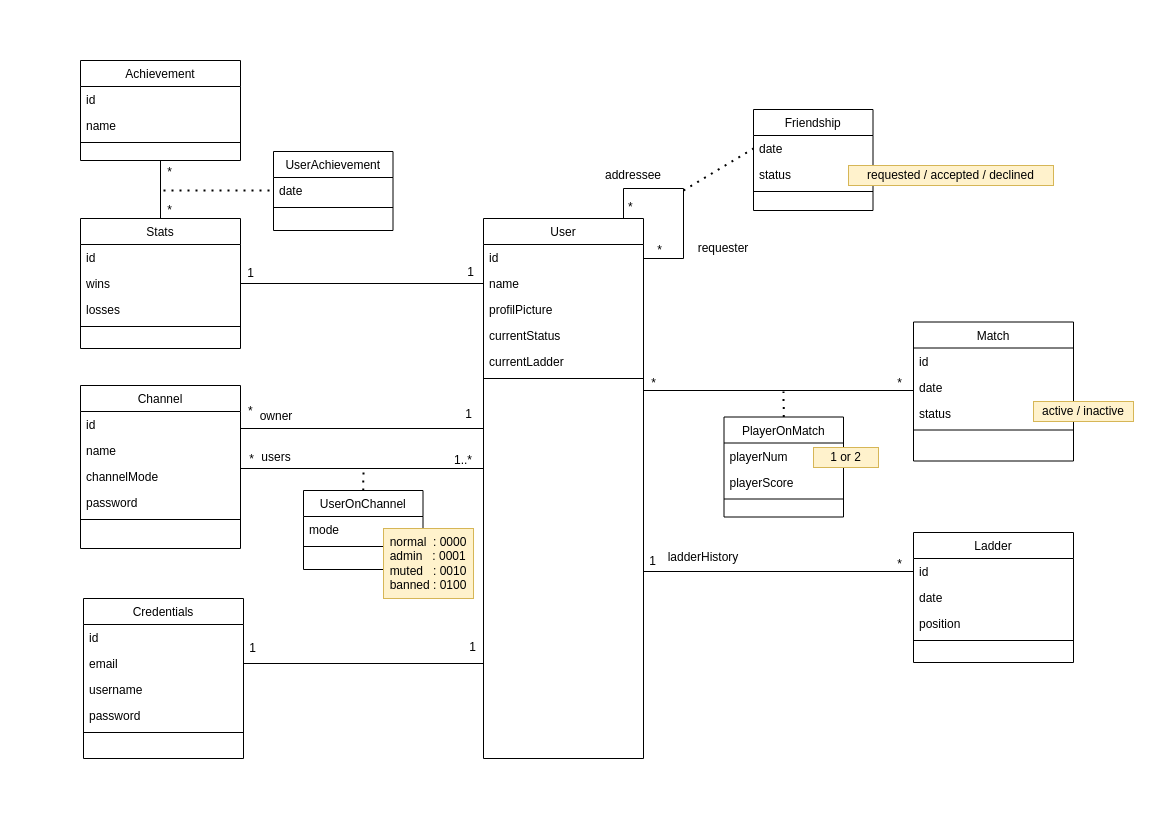
Before: doc/datamodel.png, a diagram exported from draw.io (transcendence-42/ft_transcendence). Source tidied: cells renumbered, new cells last; positions are measured from the earlier drawing's top-left corner, leaving out a move shared by most shapes.
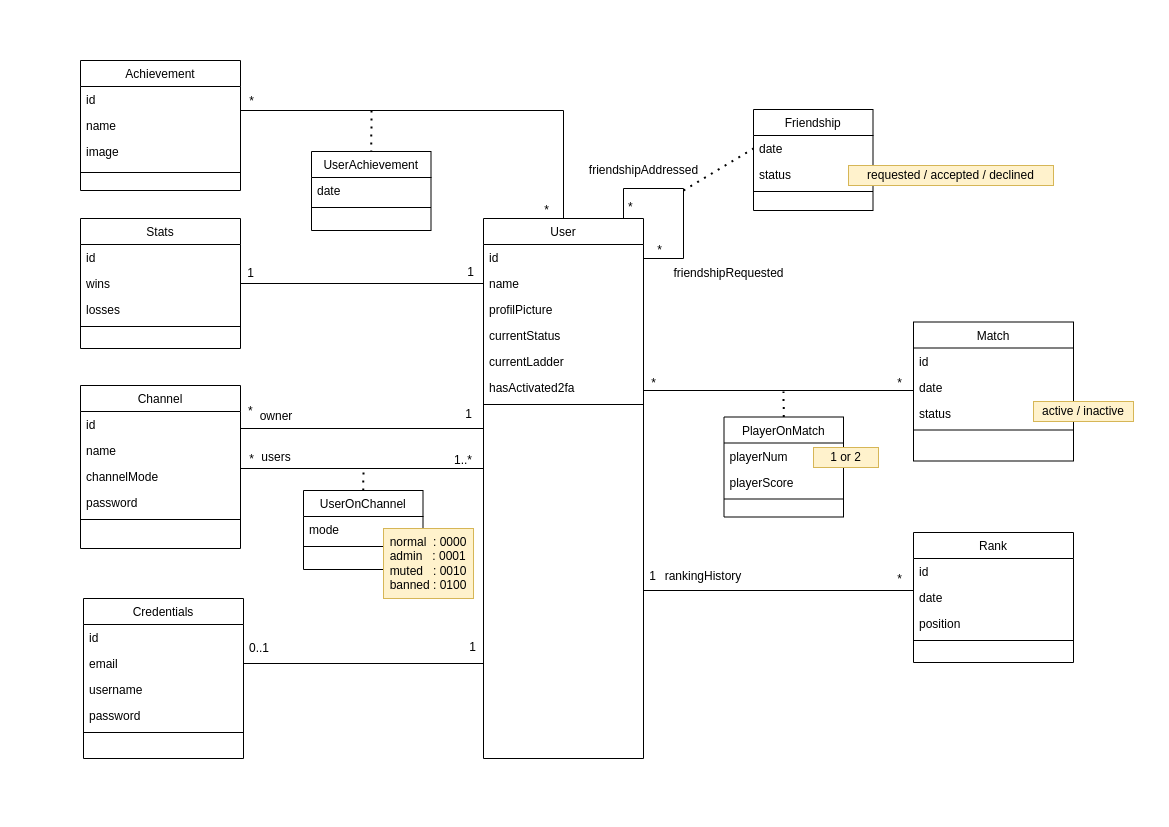
Later version of the same file.

The edit, as a diff of the source:
```diff
@@ -42,8 +42,11 @@
         <mxPoint x="20" y="-20" as="offset" />
       </mxGeometry>
     </mxCell>
+    <mxCell id="91" value="hasActivated2fa" style="text;align=left;verticalAlign=top;spacingLeft=4;spacingRight=4;overflow=hidden;rounded=0;shadow=0;html=0;" parent="2" vertex="1">
+      <mxGeometry y="156" width="160" height="26" as="geometry" />
+    </mxCell>
     <mxCell id="11" style="line;html=1;strokeWidth=1;align=left;verticalAlign=middle;spacingTop=-1;spacingLeft=3;spacingRight=3;labelPosition=right;" parent="2" vertex="1">
-      <mxGeometry y="156" width="160" height="8" as="geometry" />
+      <mxGeometry y="182" width="160" height="8" as="geometry" />
     </mxCell>
     <mxCell id="12" value="Stats" style="swimlane;fontStyle=0;align=center;verticalAlign=top;horizontal=1;startSize=26;rounded=0;shadow=0;strokeWidth=1;" parent="1" vertex="1">
       <mxGeometry y="158" width="160" height="130" as="geometry" />
@@ -60,10 +63,10 @@
     <mxCell id="16" style="line;html=1;strokeWidth=1;align=left;verticalAlign=middle;spacingTop=-1;spacingLeft=3;spacingRight=3;labelPosition=right;" parent="12" vertex="1">
       <mxGeometry y="104" width="160" height="8" as="geometry" />
     </mxCell>
-    <mxCell id="17" value="addressee" style="text;html=1;strokeColor=none;fillColor=none;align=center;verticalAlign=middle;whiteSpace=wrap;rounded=0;" parent="1" vertex="1">
-      <mxGeometry x="523" y="100" width="60" height="30" as="geometry" />
+    <mxCell id="17" value="friendshipAddressed" style="text;html=1;strokeColor=none;fillColor=none;align=center;verticalAlign=middle;whiteSpace=wrap;rounded=0;" parent="1" vertex="1">
+      <mxGeometry x="505" y="95" width="117" height="30" as="geometry" />
     </mxCell>
-    <mxCell id="18" value="Ladder" style="swimlane;fontStyle=0;align=center;verticalAlign=top;horizontal=1;startSize=26;rounded=0;shadow=0;strokeWidth=1;" parent="1" vertex="1">
+    <mxCell id="18" value="Rank" style="swimlane;fontStyle=0;align=center;verticalAlign=top;horizontal=1;startSize=26;rounded=0;shadow=0;strokeWidth=1;" parent="1" vertex="1">
       <mxGeometry x="833" y="472" width="160" height="130" as="geometry" />
     </mxCell>
     <mxCell id="19" value="id" style="text;align=left;verticalAlign=top;spacingLeft=4;spacingRight=4;overflow=hidden;points=[[0,0.5],[1,0.5]];portConstraint=eastwest;" parent="18" vertex="1">
@@ -81,18 +84,19 @@
     <mxCell id="23" style="endArrow=none;html=1;rounded=0;entryX=0;entryY=0.5;entryDx=0;entryDy=0;edgeStyle=orthogonalEdgeStyle;exitX=1;exitY=0.5;exitDx=0;exitDy=0;" parent="1" edge="1" source="2" target="19">
       <mxGeometry relative="1" as="geometry">
         <Array as="points">
-          <mxPoint x="563" y="511" />
+          <mxPoint x="563" y="530" />
+          <mxPoint x="833" y="530" />
         </Array>
       </mxGeometry>
     </mxCell>
     <mxCell id="24" value="*" style="align=right;verticalAlign=bottom;labelBackgroundColor=none;fontSize=12;" parent="1" vertex="1">
-      <mxGeometry x="823" y="512" as="geometry" />
+      <mxGeometry x="823" y="527" as="geometry" />
     </mxCell>
     <mxCell id="25" value="1" style="align=right;verticalAlign=bottom;labelBackgroundColor=none;fontSize=12;" parent="1" vertex="1">
-      <mxGeometry x="577" y="509" as="geometry" />
+      <mxGeometry x="577" y="524" as="geometry" />
     </mxCell>
-    <mxCell id="26" value="ladderHistory" style="text;html=1;strokeColor=none;fillColor=none;align=center;verticalAlign=middle;whiteSpace=wrap;rounded=0;" parent="1" vertex="1">
-      <mxGeometry x="583" y="482" width="80" height="30" as="geometry" />
+    <mxCell id="26" value="rankingHistory" style="text;html=1;strokeColor=none;fillColor=none;align=center;verticalAlign=middle;whiteSpace=wrap;rounded=0;" parent="1" vertex="1">
+      <mxGeometry x="583" y="501" width="80" height="30" as="geometry" />
     </mxCell>
     <mxCell id="27" style="endArrow=none;html=1;rounded=0;exitX=1;exitY=0.5;exitDx=0;exitDy=0;entryX=0;entryY=0.5;entryDx=0;entryDy=0;edgeStyle=orthogonalEdgeStyle;fillColor=#FF9999;" parent="1" edge="1" source="14" target="4">
       <mxGeometry relative="1" as="geometry" />
@@ -164,8 +168,8 @@
         <mxPoint x="283" y="408" as="targetPoint" />
       </mxGeometry>
     </mxCell>
-    <mxCell id="45" value="requester" style="text;html=1;strokeColor=none;fillColor=none;align=center;verticalAlign=middle;whiteSpace=wrap;rounded=0;" parent="1" vertex="1">
-      <mxGeometry x="613" y="173" width="60" height="30" as="geometry" />
+    <mxCell id="45" value="friendshipRequested" style="text;html=1;strokeColor=none;fillColor=none;align=center;verticalAlign=middle;whiteSpace=wrap;rounded=0;" parent="1" vertex="1">
+      <mxGeometry x="590" y="198" width="117" height="30" as="geometry" />
     </mxCell>
     <mxCell id="46" value="Credentials" style="swimlane;fontStyle=0;align=center;verticalAlign=top;horizontal=1;startSize=26;rounded=0;shadow=0;strokeWidth=1;" parent="1" vertex="1">
       <mxGeometry x="3" y="538" width="160" height="160" as="geometry" />
@@ -192,8 +196,8 @@
         </Array>
       </mxGeometry>
     </mxCell>
-    <mxCell id="53" value="1" style="align=right;verticalAlign=bottom;labelBackgroundColor=none;fontSize=12;" parent="1" vertex="1">
-      <mxGeometry x="177" y="596" as="geometry" />
+    <mxCell id="53" value="0..1" style="align=right;verticalAlign=bottom;labelBackgroundColor=none;fontSize=12;" parent="1" vertex="1">
+      <mxGeometry x="190" y="596" as="geometry" />
     </mxCell>
     <mxCell id="54" value="1" style="align=right;verticalAlign=bottom;labelBackgroundColor=none;fontSize=12;" parent="1" vertex="1">
       <mxGeometry x="403" y="578" as="geometry">
@@ -265,7 +269,7 @@
       <mxGeometry x="953" y="341" width="100" height="20" as="geometry" />
     </mxCell>
     <mxCell id="74" value="Achievement" style="swimlane;fontStyle=0;align=center;verticalAlign=top;horizontal=1;startSize=26;rounded=0;shadow=0;strokeWidth=1;" parent="1" vertex="1">
-      <mxGeometry width="160" height="100" as="geometry" />
+      <mxGeometry width="160" height="130" as="geometry" />
     </mxCell>
     <mxCell id="75" value="id" style="text;align=left;verticalAlign=top;spacingLeft=4;spacingRight=4;overflow=hidden;points=[[0,0.5],[1,0.5]];portConstraint=eastwest;" parent="74" vertex="1">
       <mxGeometry y="26" width="160" height="26" as="geometry" />
@@ -273,20 +277,28 @@
     <mxCell id="76" value="name" style="text;align=left;verticalAlign=top;spacingLeft=4;spacingRight=4;overflow=hidden;rounded=0;shadow=0;html=0;" parent="74" vertex="1">
       <mxGeometry y="52" width="160" height="26" as="geometry" />
     </mxCell>
+    <mxCell id="92" value="image" style="text;align=left;verticalAlign=top;spacingLeft=4;spacingRight=4;overflow=hidden;rounded=0;shadow=0;html=0;" parent="74" vertex="1">
+      <mxGeometry y="78" width="160" height="26" as="geometry" />
+    </mxCell>
     <mxCell id="77" style="line;html=1;strokeWidth=1;align=left;verticalAlign=middle;spacingTop=-1;spacingLeft=3;spacingRight=3;labelPosition=right;" parent="74" vertex="1">
-      <mxGeometry y="78" width="160" height="8" as="geometry" />
+      <mxGeometry y="104" width="160" height="16" as="geometry" />
     </mxCell>
-    <mxCell id="78" style="endArrow=none;html=1;rounded=0;strokeColor=#000000;fillColor=#FF9999;entryX=0.5;entryY=1;entryDx=0;entryDy=0;exitX=0.5;exitY=0;exitDx=0;exitDy=0;" parent="1" edge="1" source="12" target="74">
-      <mxGeometry relative="1" as="geometry" />
+    <mxCell id="78" style="endArrow=none;html=1;rounded=0;strokeColor=#000000;fillColor=#FF9999;entryX=1;entryY=0.5;entryDx=0;entryDy=0;exitX=0.5;exitY=0;exitDx=0;exitDy=0;edgeStyle=orthogonalEdgeStyle;" parent="1" edge="1" source="2" target="75">
+      <mxGeometry relative="1" as="geometry">
+        <Array as="points">
+          <mxPoint x="483" y="50" />
+          <mxPoint x="160" y="50" />
+        </Array>
+      </mxGeometry>
     </mxCell>
     <mxCell id="79" value="*" style="align=right;verticalAlign=bottom;labelBackgroundColor=none;fontSize=12;" parent="1" vertex="1">
-      <mxGeometry x="93" y="120" as="geometry" />
+      <mxGeometry x="175" y="49" as="geometry" />
     </mxCell>
     <mxCell id="80" value="*" style="align=right;verticalAlign=bottom;labelBackgroundColor=none;fontSize=12;" parent="1" vertex="1">
-      <mxGeometry x="93" y="158" as="geometry" />
+      <mxGeometry x="470" y="158" as="geometry" />
     </mxCell>
     <mxCell id="81" value="UserAchievement" style="swimlane;fontStyle=0;align=center;verticalAlign=top;horizontal=1;startSize=26;rounded=0;shadow=0;strokeWidth=1;" parent="1" vertex="1">
-      <mxGeometry x="193" y="91" width="119.5" height="79" as="geometry" />
+      <mxGeometry x="231" y="91" width="119.5" height="79" as="geometry" />
     </mxCell>
     <mxCell id="82" value="date" style="text;align=left;verticalAlign=top;spacingLeft=4;spacingRight=4;overflow=hidden;points=[[0,0.5],[1,0.5]];portConstraint=eastwest;" parent="81" vertex="1">
       <mxGeometry y="26" width="119.5" height="26" as="geometry" />
@@ -294,9 +306,9 @@
     <mxCell id="83" style="line;html=1;strokeWidth=1;align=left;verticalAlign=middle;spacingTop=-1;spacingLeft=3;spacingRight=3;labelPosition=right;" parent="81" vertex="1">
       <mxGeometry y="52" width="119.5" height="8" as="geometry" />
     </mxCell>
-    <mxCell id="84" style="endArrow=none;dashed=1;html=1;dashPattern=1 3;strokeWidth=2;rounded=0;fillColor=#FF9999;entryX=0;entryY=0.5;entryDx=0;entryDy=0;" parent="1" edge="1" target="82">
+    <mxCell id="84" style="endArrow=none;dashed=1;html=1;dashPattern=1 3;strokeWidth=2;rounded=0;fillColor=#FF9999;entryX=0.5;entryY=0;entryDx=0;entryDy=0;" parent="1" edge="1" target="81">
       <mxGeometry relative="1" as="geometry">
-        <mxPoint x="83" y="130" as="sourcePoint" />
+        <mxPoint x="291" y="50" as="sourcePoint" />
       </mxGeometry>
     </mxCell>
     <mxCell id="85" value="Friendship" style="swimlane;fontStyle=0;align=center;verticalAlign=top;horizontal=1;startSize=26;rounded=0;shadow=0;strokeWidth=1;" parent="1" vertex="1">
```
